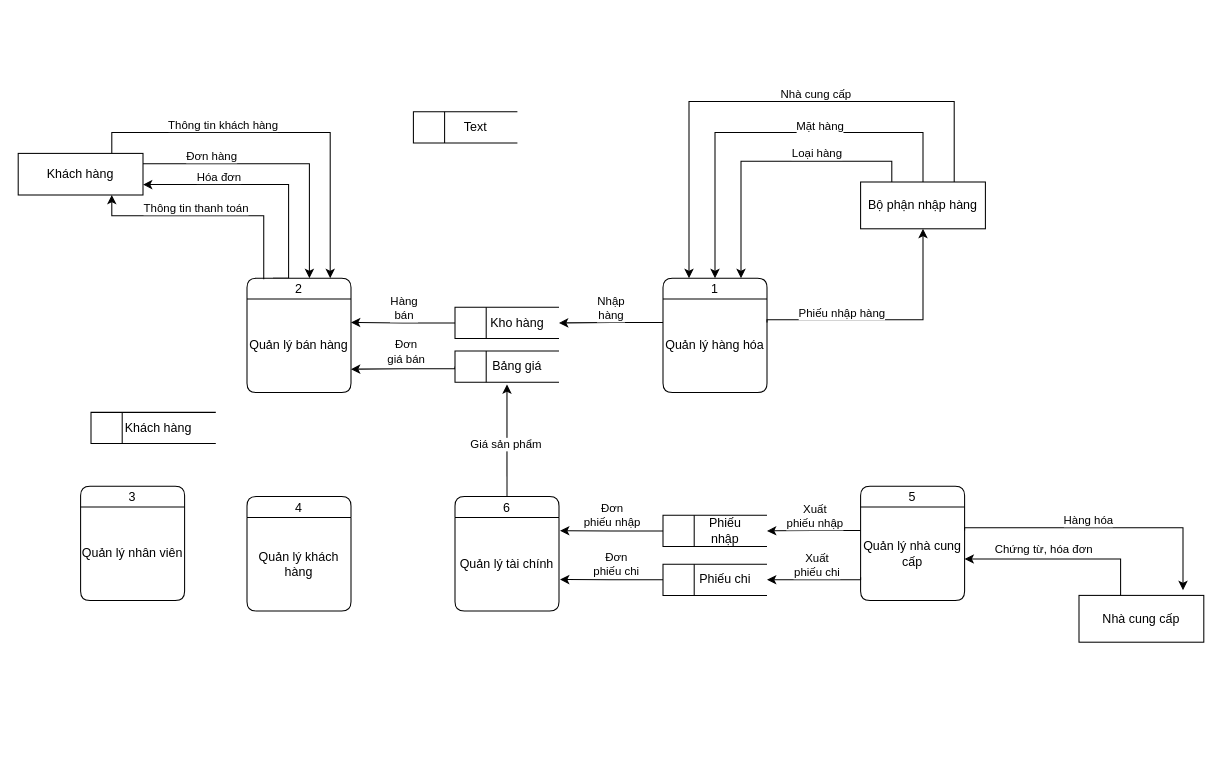
This is DFS dinh.drawio from DatLe328/Phan-tich-thiet-ke-he-thong, a draw.io file, before an edit. Source tidied: cells renumbered, new cells numbered last; positions are measured from the earlier drawing's top-left corner, leaving out a move shared by most shapes. Both pictures are drawn from the tidied source at 104%, with x=0, y=0 at pixel (18, 101).
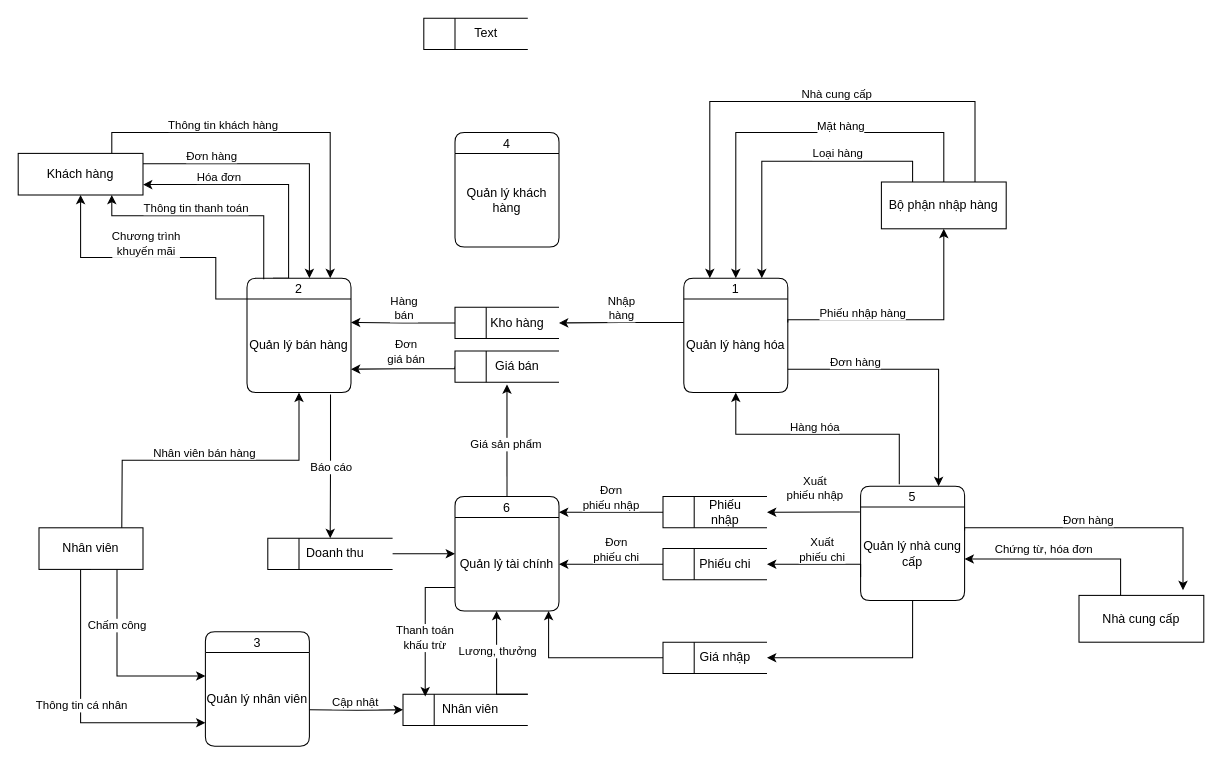
After the change.

Commit message (it also covers changes not shown here):
Cập nhật DFS dinh.drawio

Unchanged cells that the change refers to:
```xml
<mxCell id="3" value="Quản lý hàng hóa" style="text;html=1;align=center;verticalAlign=middle;whiteSpace=wrap;rounded=1;" parent="2" vertex="1">
  <mxGeometry y="20" width="100" height="90" as="geometry" />
</mxCell>
<mxCell id="7" value="Quản lý bán hàng" style="text;html=1;align=center;verticalAlign=middle;whiteSpace=wrap;rounded=1;" parent="6" vertex="1">
  <mxGeometry y="20" width="100" height="90" as="geometry" />
</mxCell>
<mxCell id="8" value="6" style="swimlane;fontStyle=0;horizontal=1;startSize=20;fillColor=#ffffff;swimlaneFillColor=#ffffff;rounded=1;" parent="1" vertex="1">
  <mxGeometry x="420" y="380" width="100" height="110" as="geometry" />
</mxCell>
<mxCell id="9" value="Quản lý tài chính" style="text;html=1;align=center;verticalAlign=middle;whiteSpace=wrap;rounded=1;" parent="8" vertex="1">
  <mxGeometry y="20" width="100" height="90" as="geometry" />
</mxCell>
<mxCell id="10" value="5" style="swimlane;fontStyle=0;horizontal=1;startSize=20;fillColor=#ffffff;swimlaneFillColor=#ffffff;rounded=1;" parent="1" vertex="1">
  <mxGeometry x="810" y="370" width="100" height="110" as="geometry" />
</mxCell>
<mxCell id="11" value="Quản lý nhà cung cấp" style="text;html=1;align=center;verticalAlign=middle;whiteSpace=wrap;rounded=1;" parent="10" vertex="1">
  <mxGeometry y="20" width="100" height="90" as="geometry" />
</mxCell>
<mxCell id="15" value="Quản lý nhân viên" style="text;html=1;align=center;verticalAlign=middle;whiteSpace=wrap;rounded=1;" parent="14" vertex="1">
  <mxGeometry y="20" width="100" height="90" as="geometry" />
</mxCell>
<mxCell id="20" value="Khách hàng" style="rounded=0;whiteSpace=wrap;html=1;" parent="1" vertex="1">
  <mxGeometry y="50" width="120" height="40" as="geometry" />
</mxCell>
<mxCell id="37" style="edgeStyle=orthogonalEdgeStyle;rounded=0;jettySize=auto;html=1;exitX=1;exitY=0.25;exitDx=0;exitDy=0;" parent="1" edge="1" source="11">
  <mxGeometry relative="1" as="geometry">
    <mxPoint x="1120" y="470" as="targetPoint" />
    <Array as="points">
      <mxPoint x="910" y="410" />
      <mxPoint x="1120" y="410" />
    </Array>
  </mxGeometry>
</mxCell>
```

What changed in the source:
```diff
@@
     <mxCell id="2" value="1" style="swimlane;fontStyle=0;horizontal=1;startSize=20;fillColor=#ffffff;swimlaneFillColor=#ffffff;rounded=1;" parent="1" vertex="1">
-      <mxGeometry x="620" y="170" width="100" height="110" as="geometry" />
+      <mxGeometry x="640" y="170" width="100" height="110" as="geometry" />
     </mxCell>
@@
+    <mxCell id="65" style="edgeStyle=orthogonalEdgeStyle;rounded=0;jettySize=auto;html=1;exitX=0.372;exitY=-0.018;exitDx=0;exitDy=0;entryX=0.5;entryY=1;entryDx=0;entryDy=0;exitPerimeter=0;" parent="1" edge="1" source="10" target="3">
+      <mxGeometry relative="1" as="geometry">
+        <Array as="points">
+          <mxPoint x="847" y="320" />
+          <mxPoint x="690" y="320" />
+        </Array>
+      </mxGeometry>
+    </mxCell>
+    <mxCell id="66" value="Hàng hóa" style="edgeLabel;html=1;align=center;verticalAlign=middle;" parent="65" vertex="1">
+      <mxGeometry x="0.06" y="-8" relative="1" as="geometry" />
+    </mxCell>
@@
     <mxCell id="12" value="4" style="swimlane;fontStyle=0;horizontal=1;startSize=20;fillColor=#ffffff;swimlaneFillColor=#ffffff;rounded=1;" parent="1" vertex="1">
-      <mxGeometry x="220" y="380" width="100" height="110" as="geometry" />
+      <mxGeometry x="420" y="30" width="100" height="110" as="geometry" />
     </mxCell>
@@
     <mxCell id="14" value="3" style="swimlane;fontStyle=0;horizontal=1;startSize=20;fillColor=#ffffff;swimlaneFillColor=#ffffff;rounded=1;" parent="1" vertex="1">
-      <mxGeometry x="60" y="370" width="100" height="110" as="geometry" />
+      <mxGeometry x="180" y="510" width="100" height="110" as="geometry" />
     </mxCell>
@@
     <mxCell id="21" style="html=1;dashed=0;whiteSpace=wrap;shape=mxgraph.dfd.dataStoreID;align=left;spacingLeft=3;" parent="1" vertex="1">
-      <mxGeometry x="380" y="10" width="100" height="30" as="geometry" />
+      <mxGeometry x="390" y="-80" width="100" height="30" as="geometry" />
     </mxCell>
     <mxCell id="22" value="Text" style="text;html=1;align=center;verticalAlign=middle;whiteSpace=wrap;rounded=0;" parent="1" vertex="1">
-      <mxGeometry x="410" y="10" width="60" height="30" as="geometry" />
+      <mxGeometry x="420" y="-80" width="60" height="30" as="geometry" />
     </mxCell>
     <mxCell id="23" style="html=1;dashed=0;whiteSpace=wrap;shape=mxgraph.dfd.dataStoreID;align=left;spacingLeft=3;points=[[0,0],[0.5,0],[1,0],[0,0.5],[1,0.5],[0,1],[0.5,1],[1,1]];" parent="1" vertex="1">
-      <mxGeometry x="70" y="299" width="120" height="30" as="geometry" />
+      <mxGeometry x="240" y="420" width="120" height="30" as="geometry" />
     </mxCell>
-    <mxCell id="24" value="Khách hàng" style="text;html=1;align=center;verticalAlign=middle;whiteSpace=wrap;rounded=0;" parent="1" vertex="1">
-      <mxGeometry x="100" y="299" width="70" height="30" as="geometry" />
+    <mxCell id="24" value="Doanh thu" style="text;html=1;align=center;verticalAlign=middle;whiteSpace=wrap;rounded=0;" parent="1" vertex="1">
+      <mxGeometry x="270" y="420" width="70" height="30" as="geometry" />
     </mxCell>
@@
     <mxCell id="29" style="edgeStyle=orthogonalEdgeStyle;rounded=0;jettySize=auto;html=1;exitX=0.5;exitY=0;exitDx=0;exitDy=0;entryX=0.5;entryY=0;entryDx=0;entryDy=0;" parent="1" edge="1" source="33" target="2">
       <mxGeometry relative="1" as="geometry">
         <Array as="points">
-          <mxPoint x="870" y="30" />
-          <mxPoint x="670" y="30" />
+          <mxPoint x="890" y="30" />
+          <mxPoint x="690" y="30" />
         </Array>
       </mxGeometry>
     </mxCell>
@@
     <mxCell id="31" style="edgeStyle=orthogonalEdgeStyle;rounded=0;jettySize=auto;html=1;exitX=0.75;exitY=0;exitDx=0;exitDy=0;entryX=0.25;entryY=0;entryDx=0;entryDy=0;" parent="1" edge="1" source="33" target="2">
       <mxGeometry relative="1" as="geometry">
         <Array as="points">
-          <mxPoint x="900" />
-          <mxPoint x="645" />
+          <mxPoint x="920" />
+          <mxPoint x="665" />
         </Array>
       </mxGeometry>
     </mxCell>
@@
     <mxCell id="33" value="Bộ phận nhập hàng" style="rounded=0;whiteSpace=wrap;html=1;" parent="1" vertex="1">
-      <mxGeometry x="810" y="77.5" width="120" height="45" as="geometry" />
+      <mxGeometry x="830" y="77.5" width="120" height="45" as="geometry" />
     </mxCell>
@@
-    <mxCell id="38" value="Hàng hóa" style="edgeLabel;html=1;align=center;verticalAlign=middle;" parent="37" vertex="1">
+    <mxCell id="38" value="Đơn hàng" style="edgeLabel;html=1;align=center;verticalAlign=middle;" parent="37" vertex="1">
       <mxGeometry x="-0.11" y="8" relative="1" as="geometry" />
     </mxCell>
@@
     <mxCell id="43" style="edgeStyle=orthogonalEdgeStyle;rounded=0;jettySize=auto;html=1;exitX=1;exitY=0.25;exitDx=0;exitDy=0;entryX=0.5;entryY=1;entryDx=0;entryDy=0;" parent="1" edge="1" source="3" target="33">
       <mxGeometry relative="1" as="geometry">
         <Array as="points">
-          <mxPoint x="720" y="210" />
-          <mxPoint x="870" y="210" />
+          <mxPoint x="740" y="210" />
+          <mxPoint x="890" y="210" />
         </Array>
       </mxGeometry>
     </mxCell>
@@
     <mxCell id="45" style="html=1;dashed=0;whiteSpace=wrap;shape=mxgraph.dfd.dataStoreID;align=left;spacingLeft=3;points=[[0,0],[0.5,0],[1,0],[0,0.5],[1,0.5],[0,1],[0.5,1],[1,1]];" parent="1" vertex="1">
-      <mxGeometry x="620" y="398" width="100" height="30" as="geometry" />
+      <mxGeometry x="620" y="380" width="100" height="30" as="geometry" />
     </mxCell>
     <mxCell id="46" value="Phiếu nhập" style="text;html=1;align=center;verticalAlign=middle;whiteSpace=wrap;rounded=0;" parent="1" vertex="1">
-      <mxGeometry x="650" y="398" width="60" height="30" as="geometry" />
+      <mxGeometry x="650" y="380" width="60" height="30" as="geometry" />
     </mxCell>
     <mxCell id="47" style="html=1;dashed=0;whiteSpace=wrap;shape=mxgraph.dfd.dataStoreID;align=left;spacingLeft=3;points=[[0,0],[0.5,0],[1,0],[0,0.5],[1,0.5],[0,1],[0.5,1],[1,1]];" parent="1" vertex="1">
-      <mxGeometry x="620" y="445" width="100" height="30" as="geometry" />
+      <mxGeometry x="620" y="430" width="100" height="30" as="geometry" />
     </mxCell>
     <mxCell id="48" value="Phiếu chi" style="text;html=1;align=center;verticalAlign=middle;whiteSpace=wrap;rounded=0;" parent="1" vertex="1">
-      <mxGeometry x="650" y="445" width="60" height="30" as="geometry" />
+      <mxGeometry x="650" y="430" width="60" height="30" as="geometry" />
     </mxCell>
-    <mxCell id="49" style="edgeStyle=orthogonalEdgeStyle;rounded=0;jettySize=auto;html=1;exitX=0;exitY=0.25;exitDx=0;exitDy=0;entryX=1;entryY=0.5;entryDx=0;entryDy=0;" parent="1" edge="1" source="11" target="45">
-      <mxGeometry relative="1" as="geometry" />
+    <mxCell id="49" style="edgeStyle=orthogonalEdgeStyle;rounded=0;jettySize=auto;html=1;exitX=-0.007;exitY=0.054;exitDx=0;exitDy=0;entryX=1;entryY=0.5;entryDx=0;entryDy=0;exitPerimeter=0;" parent="1" edge="1" source="11" target="45">
+      <mxGeometry relative="1" as="geometry">
+        <Array as="points">
+          <mxPoint x="790" y="395" />
+          <mxPoint x="790" y="395" />
+        </Array>
+      </mxGeometry>
     </mxCell>
     <mxCell id="50" value="Xuất&lt;div&gt;phiếu nhập&lt;/div&gt;" style="edgeLabel;html=1;align=center;verticalAlign=middle;" parent="49" vertex="1">
       <mxGeometry x="0.01" y="1" relative="1" as="geometry">
-        <mxPoint x="1" y="-16" as="offset" />
+        <mxPoint x="1" y="-24" as="offset" />
       </mxGeometry>
     </mxCell>
     <mxCell id="51" style="edgeStyle=orthogonalEdgeStyle;rounded=0;jettySize=auto;html=1;exitX=0;exitY=0.75;exitDx=0;exitDy=0;" parent="1" edge="1" source="11" target="47">
       <mxGeometry relative="1" as="geometry">
         <Array as="points">
-          <mxPoint x="810" y="460" />
+          <mxPoint x="810" y="445" />
         </Array>
       </mxGeometry>
     </mxCell>
@@
-    <mxCell id="53" style="edgeStyle=orthogonalEdgeStyle;rounded=0;jettySize=auto;html=1;exitX=0;exitY=0.5;exitDx=0;exitDy=0;entryX=1.01;entryY=0.143;entryDx=0;entryDy=0;entryPerimeter=0;" parent="1" edge="1" source="45" target="9">
-      <mxGeometry relative="1" as="geometry" />
+    <mxCell id="53" style="edgeStyle=orthogonalEdgeStyle;rounded=0;jettySize=auto;html=1;exitX=0;exitY=0.5;exitDx=0;exitDy=0;" parent="1" edge="1" source="45" target="8">
+      <mxGeometry relative="1" as="geometry">
+        <Array as="points">
+          <mxPoint x="520" y="395" />
+          <mxPoint x="520" y="397" />
+        </Array>
+      </mxGeometry>
     </mxCell>
@@
-    <mxCell id="55" style="edgeStyle=orthogonalEdgeStyle;rounded=0;jettySize=auto;html=1;exitX=0;exitY=0.5;exitDx=0;exitDy=0;entryX=1.01;entryY=0.664;entryDx=0;entryDy=0;entryPerimeter=0;" parent="1" edge="1" source="47" target="9">
+    <mxCell id="55" style="edgeStyle=orthogonalEdgeStyle;rounded=0;jettySize=auto;html=1;exitX=0;exitY=0.5;exitDx=0;exitDy=0;entryX=1;entryY=0.5;entryDx=0;entryDy=0;" parent="1" edge="1" source="47" target="9">
       <mxGeometry relative="1" as="geometry" />
     </mxCell>
@@
-    <mxCell id="62" value="Bảng giá" style="text;html=1;align=center;verticalAlign=middle;whiteSpace=wrap;rounded=0;" parent="1" vertex="1">
+    <mxCell id="62" value="Giá bán" style="text;html=1;align=center;verticalAlign=middle;whiteSpace=wrap;rounded=0;" parent="1" vertex="1">
       <mxGeometry x="450" y="240" width="60" height="30" as="geometry" />
     </mxCell>
@@
+    <mxCell id="67" style="edgeStyle=orthogonalEdgeStyle;rounded=0;jettySize=auto;html=1;exitX=0;exitY=0.5;exitDx=0;exitDy=0;" parent="1" edge="1" source="68" target="8">
+      <mxGeometry relative="1" as="geometry">
+        <Array as="points">
+          <mxPoint x="510" y="535" />
+        </Array>
+      </mxGeometry>
+    </mxCell>
+    <mxCell id="68" style="html=1;dashed=0;whiteSpace=wrap;shape=mxgraph.dfd.dataStoreID;align=left;spacingLeft=3;points=[[0,0],[0.5,0],[1,0],[0,0.5],[1,0.5],[0,1],[0.5,1],[1,1]];" parent="1" vertex="1">
+      <mxGeometry x="620" y="520" width="100" height="30" as="geometry" />
+    </mxCell>
+    <mxCell id="69" value="Giá nhập" style="text;html=1;align=center;verticalAlign=middle;whiteSpace=wrap;rounded=0;" parent="1" vertex="1">
+      <mxGeometry x="650" y="520" width="60" height="30" as="geometry" />
+    </mxCell>
+    <mxCell id="70" style="edgeStyle=orthogonalEdgeStyle;rounded=0;jettySize=auto;html=1;exitX=0.5;exitY=1;exitDx=0;exitDy=0;" parent="1" edge="1" source="11" target="68">
+      <mxGeometry relative="1" as="geometry">
+        <Array as="points">
+          <mxPoint x="860" y="535" />
+        </Array>
+      </mxGeometry>
+    </mxCell>
+    <mxCell id="71" style="edgeStyle=orthogonalEdgeStyle;rounded=0;jettySize=auto;html=1;exitX=1;exitY=0.75;exitDx=0;exitDy=0;entryX=0.75;entryY=0;entryDx=0;entryDy=0;" parent="1" edge="1" source="3" target="10">
+      <mxGeometry relative="1" as="geometry" />
+    </mxCell>
+    <mxCell id="72" value="Đơn hàng" style="edgeLabel;html=1;align=center;verticalAlign=middle;" parent="71" vertex="1">
+      <mxGeometry x="-0.5" y="7" relative="1" as="geometry" />
+    </mxCell>
+    <mxCell id="73" style="edgeStyle=orthogonalEdgeStyle;rounded=0;jettySize=auto;html=1;exitX=0;exitY=0;exitDx=0;exitDy=0;entryX=0.5;entryY=1;entryDx=0;entryDy=0;" parent="1" edge="1" source="7" target="20">
+      <mxGeometry relative="1" as="geometry">
+        <Array as="points">
+          <mxPoint x="190" y="190" />
+          <mxPoint x="190" y="150" />
+          <mxPoint x="60" y="150" />
+        </Array>
+      </mxGeometry>
+    </mxCell>
+    <mxCell id="74" value="Chương trình&lt;div&gt;khuyến mãi&lt;/div&gt;" style="edgeLabel;html=1;align=center;verticalAlign=middle;" parent="73" vertex="1">
+      <mxGeometry x="0.06" y="-14" relative="1" as="geometry" />
+    </mxCell>
+    <mxCell id="75" style="edgeStyle=orthogonalEdgeStyle;rounded=0;jettySize=auto;html=1;exitX=0.803;exitY=1.02;exitDx=0;exitDy=0;exitPerimeter=0;" parent="1" edge="1" source="7" target="23">
+      <mxGeometry relative="1" as="geometry" />
+    </mxCell>
+    <mxCell id="76" value="Báo cáo" style="edgeLabel;html=1;align=center;verticalAlign=middle;" parent="75" vertex="1">
+      <mxGeometry x="0.01" relative="1" as="geometry" />
+    </mxCell>
+    <mxCell id="77" style="edgeStyle=orthogonalEdgeStyle;rounded=0;jettySize=auto;html=1;exitX=1;exitY=0.5;exitDx=0;exitDy=0;entryX=0;entryY=0.388;entryDx=0;entryDy=0;entryPerimeter=0;" parent="1" edge="1" source="23" target="9">
+      <mxGeometry relative="1" as="geometry" />
+    </mxCell>
+    <mxCell id="78" style="edgeStyle=orthogonalEdgeStyle;rounded=0;jettySize=auto;html=1;exitX=0.5;exitY=1;exitDx=0;exitDy=0;entryX=0;entryY=0.75;entryDx=0;entryDy=0;" parent="1" edge="1" source="84" target="15">
+      <mxGeometry relative="1" as="geometry">
+        <Array as="points">
+          <mxPoint x="60" y="450" />
+          <mxPoint x="60" y="598" />
+        </Array>
+      </mxGeometry>
+    </mxCell>
+    <mxCell id="79" value="Thông tin cá nhân" style="edgeLabel;html=1;align=center;verticalAlign=middle;" parent="78" vertex="1">
+      <mxGeometry x="0.09" y="-1" relative="1" as="geometry">
+        <mxPoint x="1" y="-11" as="offset" />
+      </mxGeometry>
+    </mxCell>
+    <mxCell id="80" style="edgeStyle=orthogonalEdgeStyle;rounded=0;jettySize=auto;html=1;exitX=0.796;exitY=0.053;exitDx=0;exitDy=0;entryX=0.5;entryY=1;entryDx=0;entryDy=0;exitPerimeter=0;" parent="1" edge="1" source="84" target="7">
+      <mxGeometry relative="1" as="geometry">
+        <Array as="points">
+          <mxPoint x="100" y="410" />
+          <mxPoint x="100" y="345" />
+          <mxPoint x="270" y="345" />
+        </Array>
+      </mxGeometry>
+    </mxCell>
+    <mxCell id="81" value="Nhân viên bán hàng" style="edgeLabel;html=1;align=center;verticalAlign=middle;" parent="80" vertex="1">
+      <mxGeometry x="0.48" y="2" relative="1" as="geometry">
+        <mxPoint x="-78" y="-6" as="offset" />
+      </mxGeometry>
+    </mxCell>
+    <mxCell id="82" style="edgeStyle=orthogonalEdgeStyle;rounded=0;jettySize=auto;html=1;exitX=0.75;exitY=1;exitDx=0;exitDy=0;entryX=0;entryY=0.25;entryDx=0;entryDy=0;" parent="1" edge="1" source="84" target="15">
+      <mxGeometry relative="1" as="geometry" />
+    </mxCell>
+    <mxCell id="83" value="Chấm công" style="edgeLabel;html=1;align=center;verticalAlign=middle;" parent="82" vertex="1">
+      <mxGeometry x="-0.43" y="-1" relative="1" as="geometry" />
+    </mxCell>
+    <mxCell id="84" value="Nhân viên" style="html=1;dashed=0;whiteSpace=wrap;" parent="1" vertex="1">
+      <mxGeometry x="20" y="410" width="100" height="40" as="geometry" />
+    </mxCell>
+    <mxCell id="85" style="html=1;dashed=0;whiteSpace=wrap;shape=mxgraph.dfd.dataStoreID;align=left;spacingLeft=3;points=[[0,0],[0.5,0],[1,0],[0,0.5],[1,0.5],[0,1],[0.5,1],[1,1]];" parent="1" vertex="1">
+      <mxGeometry x="370" y="570" width="120" height="30" as="geometry" />
+    </mxCell>
+    <mxCell id="86" value="Nhân viên" style="text;html=1;align=center;verticalAlign=middle;whiteSpace=wrap;rounded=0;" parent="1" vertex="1">
+      <mxGeometry x="400" y="570" width="70" height="30" as="geometry" />
+    </mxCell>
+    <mxCell id="87" style="edgeStyle=orthogonalEdgeStyle;rounded=0;jettySize=auto;html=1;entryX=0;entryY=0.5;entryDx=0;entryDy=0;" parent="1" edge="1" target="85">
+      <mxGeometry relative="1" as="geometry">
+        <mxPoint x="280" y="585" as="sourcePoint" />
+      </mxGeometry>
+    </mxCell>
+    <mxCell id="88" value="Cập nhật" style="edgeLabel;html=1;align=center;verticalAlign=middle;" parent="87" vertex="1">
+      <mxGeometry x="-0.06" y="8" relative="1" as="geometry" />
+    </mxCell>
+    <mxCell id="89" style="edgeStyle=orthogonalEdgeStyle;rounded=0;jettySize=auto;html=1;exitX=1;exitY=0;exitDx=0;exitDy=0;" parent="1" edge="1" source="85" target="8">
+      <mxGeometry relative="1" as="geometry">
+        <Array as="points">
+          <mxPoint x="460" y="570" />
+        </Array>
+      </mxGeometry>
+    </mxCell>
+    <mxCell id="90" value="Lương, thưởng" style="edgeLabel;html=1;align=center;verticalAlign=middle;" parent="89" vertex="1">
+      <mxGeometry x="0.3" relative="1" as="geometry" />
+    </mxCell>
+    <mxCell id="91" style="edgeStyle=orthogonalEdgeStyle;rounded=0;jettySize=auto;html=1;exitX=0;exitY=0.75;exitDx=0;exitDy=0;entryX=0.178;entryY=0.071;entryDx=0;entryDy=0;entryPerimeter=0;" parent="1" edge="1" source="9" target="85">
+      <mxGeometry relative="1" as="geometry" />
+    </mxCell>
+    <mxCell id="92" value="Thanh toán&lt;div&gt;khấu trừ&lt;/div&gt;" style="edgeLabel;html=1;align=center;verticalAlign=middle;" parent="91" vertex="1">
+      <mxGeometry x="0.16" y="-1" relative="1" as="geometry" />
+    </mxCell>
```
